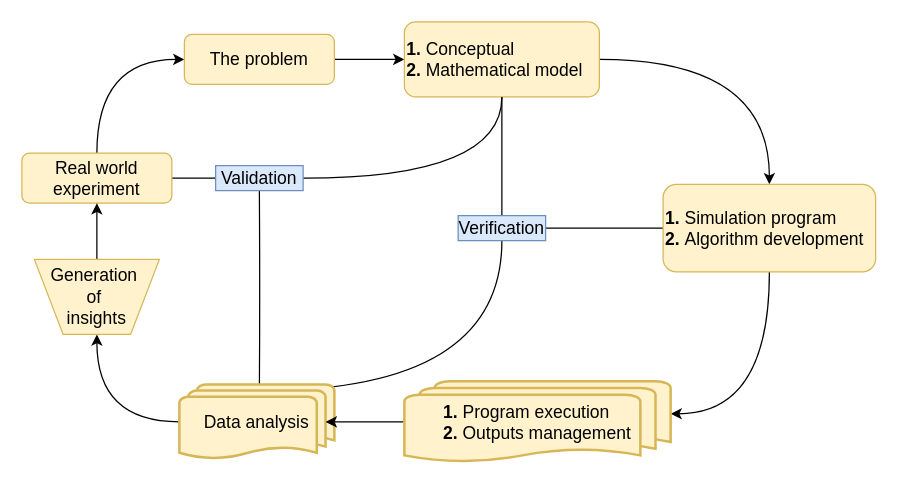
Before: modeling_simulation.drawio in SamMachariaPhD/modeling_and_simulation, a draw.io diagram. Source tidied: cells renumbered, new cells numbered last; positions are measured from the earlier drawing's top-left corner, leaving out a move shared by most shapes. Both pictures are drawn from the tidied source at 125%, with x=0, y=0 at pixel (21, 21).
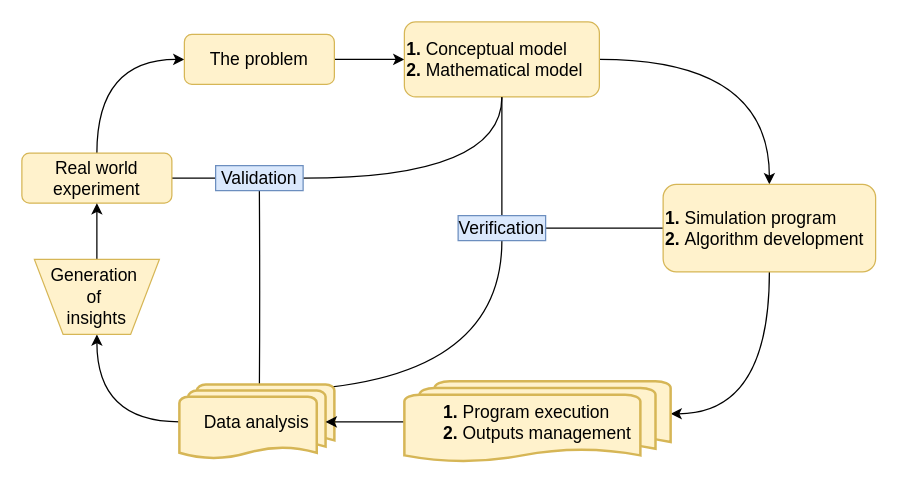
Above is the later version.

Diff of the diagram source:
```diff
@@
-    <mxCell id="9" value="&lt;font style=&quot;font-size: 14px&quot;&gt;&lt;b&gt;1. &lt;/b&gt;Conceptual &lt;br&gt;&lt;b&gt;2. &lt;/b&gt;Mathematical model&lt;/font&gt;" style="rounded=1;whiteSpace=wrap;html=1;fontSize=12;glass=0;strokeWidth=1;shadow=0;fillColor=#fff2cc;strokeColor=#d6b656;align=left;" parent="1" vertex="1">
+    <mxCell id="9" value="&lt;font style=&quot;font-size: 14px&quot;&gt;&lt;b&gt;1. &lt;/b&gt;Conceptual model&lt;br&gt;&lt;b&gt;2. &lt;/b&gt;Mathematical model&lt;/font&gt;" style="rounded=1;whiteSpace=wrap;html=1;fontSize=12;glass=0;strokeWidth=1;shadow=0;fillColor=#fff2cc;strokeColor=#d6b656;align=left;" parent="1" vertex="1">
       <mxGeometry x="306" width="156" height="60" as="geometry" />
     </mxCell>
```
